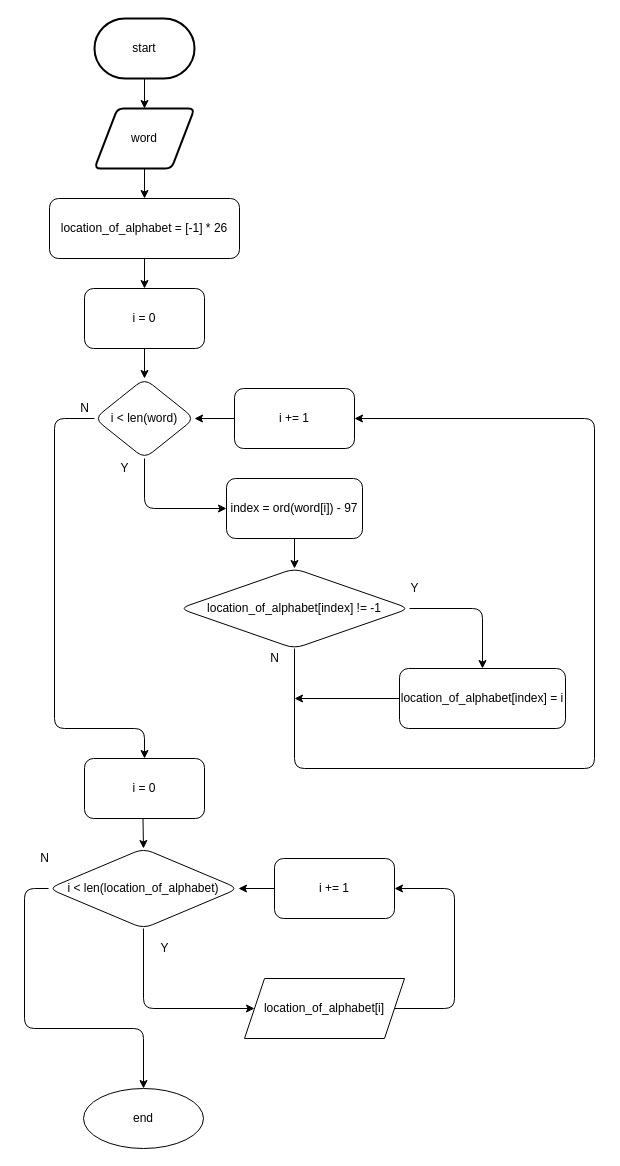
Above: stage/06_string/10809.drawio in Gyeongrok-Oh/boj (draw.io), before the change. Source tidied: cells renumbered, new cells numbered last; positions are measured from the earlier drawing's top-left corner, leaving out a move shared by most shapes. Both pictures are drawn from the tidied source at 100%, with x=0, y=0 at pixel (24, 18).
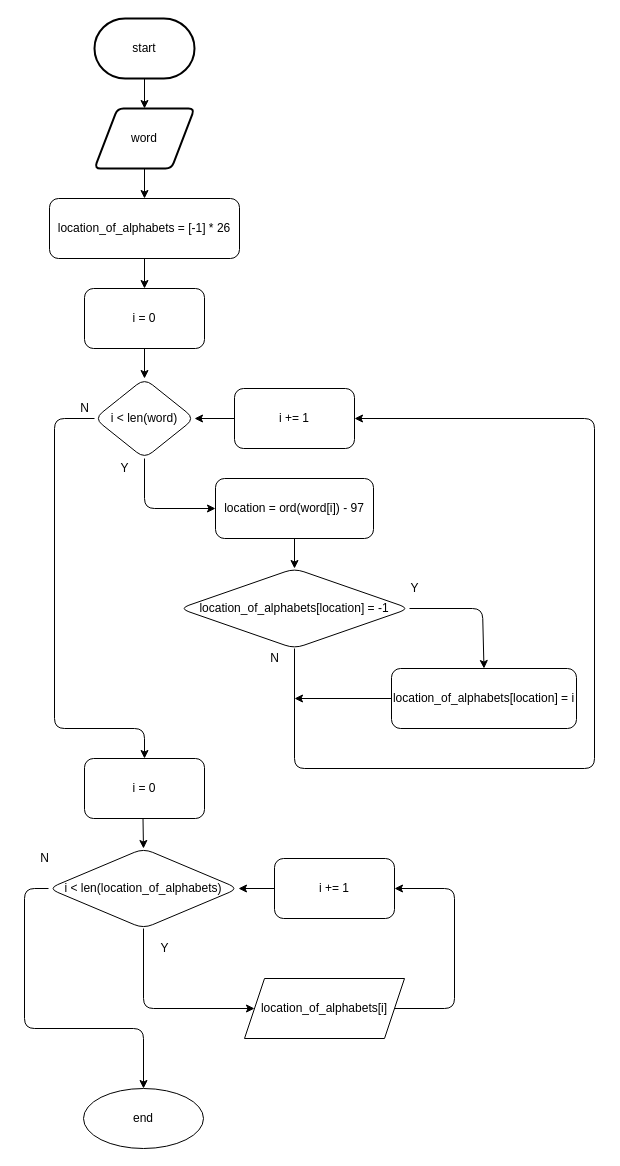
Above is the later version.

Diff of the diagram source:
```diff
@@
-    <mxCell id="7" value="location_of_alphabet = [-1] * 26" style="rounded=1;whiteSpace=wrap;html=1;" parent="1" vertex="1">
+    <mxCell id="7" value="location_of_alphabets = [-1] * 26" style="rounded=1;whiteSpace=wrap;html=1;" parent="1" vertex="1">
       <mxGeometry x="25" y="180" width="190" height="60" as="geometry" />
     </mxCell>
@@
-    <mxCell id="16" value="index = ord(word[i]) - 97" style="rounded=1;whiteSpace=wrap;html=1;" parent="1" vertex="1">
-      <mxGeometry x="202" y="460" width="136" height="60" as="geometry" />
+    <mxCell id="16" value="location = ord(word[i]) - 97" style="rounded=1;whiteSpace=wrap;html=1;" parent="1" vertex="1">
+      <mxGeometry x="191" y="460" width="158" height="60" as="geometry" />
     </mxCell>
@@
-    <mxCell id="19" value="location_of_alphabet[index] != -1" style="rhombus;whiteSpace=wrap;html=1;rounded=1;" parent="1" vertex="1">
+    <mxCell id="19" value="location_of_alphabets[location] = -1" style="rhombus;whiteSpace=wrap;html=1;rounded=1;" parent="1" vertex="1">
       <mxGeometry x="155" y="550" width="230" height="80" as="geometry" />
     </mxCell>
@@
-    <mxCell id="21" value="location_of_alphabet[index] = i" style="rounded=1;whiteSpace=wrap;html=1;" parent="1" vertex="1">
-      <mxGeometry x="375" y="650" width="166" height="60" as="geometry" />
+    <mxCell id="21" value="location_of_alphabets[location] = i" style="rounded=1;whiteSpace=wrap;html=1;" parent="1" vertex="1">
+      <mxGeometry x="367" y="650" width="185" height="60" as="geometry" />
     </mxCell>
@@
-    <mxCell id="28" value="i &amp;lt; len(location_of_alphabet)" style="rhombus;whiteSpace=wrap;html=1;rounded=1;" parent="1" vertex="1">
+    <mxCell id="28" value="i &amp;lt; len(location_of_alphabets)" style="rhombus;whiteSpace=wrap;html=1;rounded=1;" parent="1" vertex="1">
       <mxGeometry x="24" y="830" width="190" height="80" as="geometry" />
     </mxCell>
@@
-    <mxCell id="32" value="location_of_alphabet[i]" style="shape=parallelogram;perimeter=parallelogramPerimeter;whiteSpace=wrap;html=1;fixedSize=1;" parent="1" vertex="1">
+    <mxCell id="32" value="location_of_alphabets[i]" style="shape=parallelogram;perimeter=parallelogramPerimeter;whiteSpace=wrap;html=1;fixedSize=1;" parent="1" vertex="1">
       <mxGeometry x="220" y="960" width="160" height="60" as="geometry" />
     </mxCell>
```
